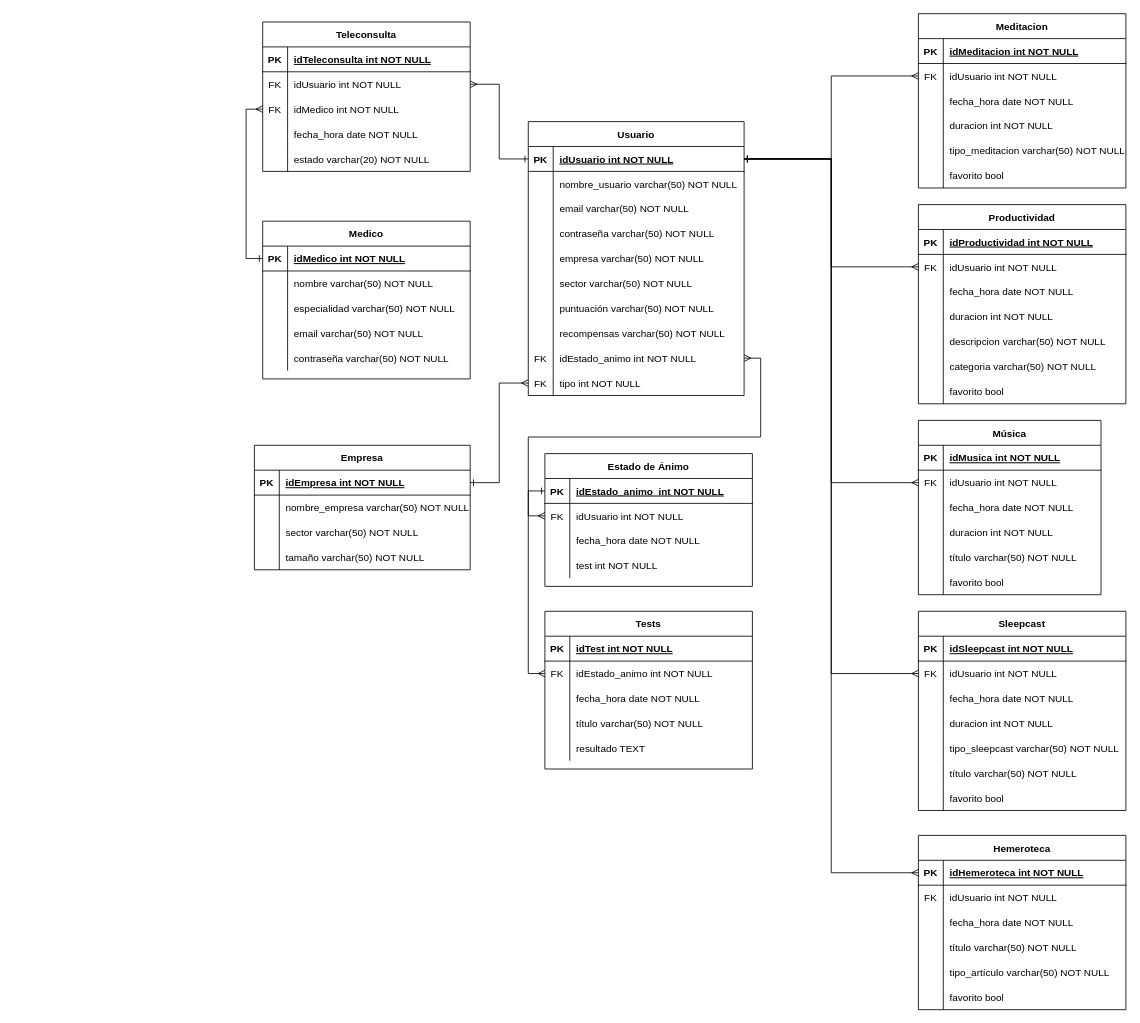
Before: Base de datos/MindBalance.drawio in Castellano46/Proyecto_final, a draw.io diagram. Source tidied: cells renumbered, new cells numbered last; positions are measured from the earlier drawing's top-left corner, leaving out a move shared by most shapes. Both pictures are drawn from the tidied source at 83%, with x=0, y=0 at pixel (254, 13).
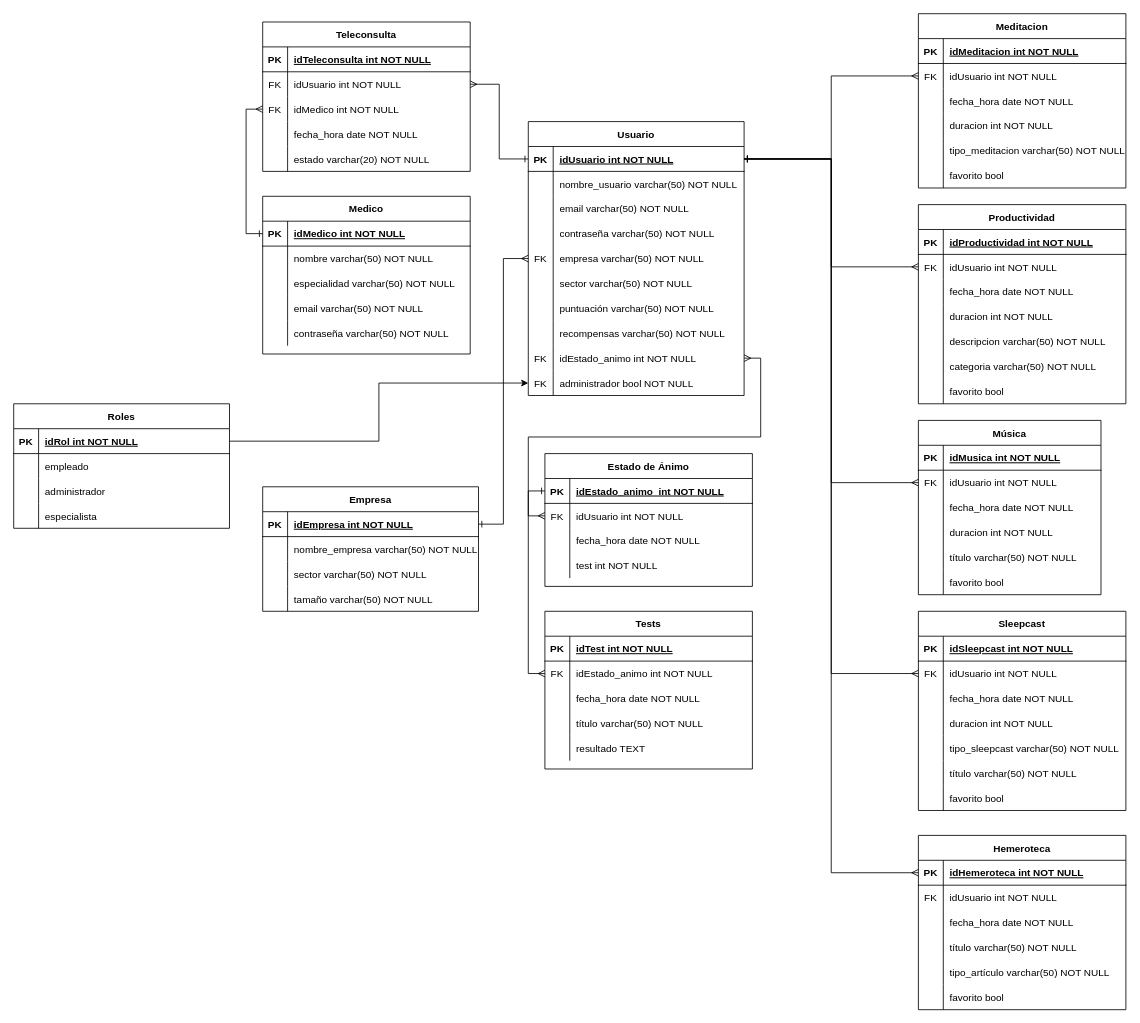
After the change.

Unchanged cells that the change refers to:
```xml
<mxCell id="50" style="shape=partialRectangle;fillColor=none;points=[[0,0.5],[1,0.5]];portConstraint=eastwest;top=0;left=0;right=0;bottom=0;" parent="37" vertex="1">
  <mxGeometry y="150" width="260" height="30" as="geometry" />
</mxCell>
<mxCell id="65" style="shape=partialRectangle;fillColor=none;points=[[0,0.5],[1,0.5]];portConstraint=eastwest;top=0;left=0;right=0;bottom=0;" parent="37" vertex="1">
  <mxGeometry y="300" width="260" height="30" as="geometry" />
</mxCell>
<mxCell id="185" style="shape=partialRectangle;fillColor=none;points=[[0,0.5],[1,0.5]];portConstraint=eastwest;top=0;left=0;right=0;bottom=1;" parent="184" vertex="1">
  <mxGeometry y="30" width="260" height="30" as="geometry" />
</mxCell>
```

What changed in the source:
```diff
@@
     <mxCell id="21" value="Medico" style="shape=table;startSize=30;childLayout=tableLayout;rowLines=0;fontStyle=1;align=center;" parent="1" vertex="1">
-      <mxGeometry x="10" y="250" width="250" height="190" as="geometry" />
+      <mxGeometry x="10" y="220" width="250" height="190" as="geometry" />
     </mxCell>
@@
-    <mxCell id="51" style="shape=partialRectangle;overflow=hidden;fillColor=none;top=0;left=0;bottom=0;right=0;" parent="50" vertex="1">
+    <mxCell id="51" value="FK" style="shape=partialRectangle;overflow=hidden;fillColor=none;top=0;left=0;bottom=0;right=0;" parent="50" vertex="1">
       <mxGeometry width="30" height="30" as="geometry" />
     </mxCell>
@@
-    <mxCell id="67" value="tipo int NOT NULL" style="shape=partialRectangle;overflow=hidden;fillColor=none;top=0;left=0;bottom=0;right=0;align=left;spacingLeft=6;" parent="65" vertex="1">
+    <mxCell id="67" value="administrador bool NOT NULL" style="shape=partialRectangle;overflow=hidden;fillColor=none;top=0;left=0;bottom=0;right=0;align=left;spacingLeft=6;" parent="65" vertex="1">
       <mxGeometry x="30" width="230" height="30" as="geometry" />
     </mxCell>
@@
     <mxCell id="184" value="Empresa" style="shape=table;startSize=30;childLayout=tableLayout;rowLines=0;fontStyle=1;align=center;" parent="1" vertex="1">
-      <mxGeometry y="520" width="260" height="150" as="geometry" />
+      <mxGeometry x="10" y="570" width="260" height="150" as="geometry" />
     </mxCell>
@@
-    <mxCell id="217" style="edgeStyle=orthogonalEdgeStyle;rounded=0;jettySize=auto;html=1;exitX=1;exitY=0.5;exitDx=0;exitDy=0;startArrow=ERone;startFill=0;endArrow=ERmany;endFill=0;" parent="1" edge="1" source="185" target="65">
+    <mxCell id="217" style="edgeStyle=orthogonalEdgeStyle;rounded=0;jettySize=auto;html=1;exitX=1;exitY=0.5;exitDx=0;exitDy=0;startArrow=ERone;startFill=0;endArrow=ERmany;endFill=0;" parent="1" edge="1" source="185" target="50">
       <mxGeometry relative="1" as="geometry" />
     </mxCell>
+    <mxCell id="218" value="Roles" style="shape=table;startSize=30;childLayout=tableLayout;rowLines=0;fontStyle=1;align=center;" parent="1" vertex="1">
+      <mxGeometry x="-290" y="470" width="260" height="150" as="geometry" />
+    </mxCell>
+    <mxCell id="219" style="shape=partialRectangle;fillColor=none;points=[[0,0.5],[1,0.5]];portConstraint=eastwest;top=0;left=0;right=0;bottom=1;" parent="218" vertex="1">
+      <mxGeometry y="30" width="260" height="30" as="geometry" />
+    </mxCell>
+    <mxCell id="220" value="PK" style="shape=partialRectangle;overflow=hidden;fillColor=none;top=0;left=0;bottom=0;right=0;fontStyle=1;" parent="219" vertex="1">
+      <mxGeometry width="30" height="30" as="geometry" />
+    </mxCell>
+    <mxCell id="221" value="idRol int NOT NULL " style="shape=partialRectangle;overflow=hidden;fillColor=none;top=0;left=0;bottom=0;right=0;align=left;spacingLeft=6;fontStyle=5;" parent="219" vertex="1">
+      <mxGeometry x="30" width="230" height="30" as="geometry" />
+    </mxCell>
+    <mxCell id="222" style="shape=partialRectangle;fillColor=none;top=0;left=0;right=0;bottom=0;" parent="218" vertex="1">
+      <mxGeometry y="60" width="260" height="30" as="geometry" />
+    </mxCell>
+    <mxCell id="223" style="shape=partialRectangle;overflow=hidden;fillColor=none;top=0;left=0;bottom=0;right=0;" parent="222" vertex="1">
+      <mxGeometry width="30" height="30" as="geometry" />
+    </mxCell>
+    <mxCell id="224" value="empleado " style="shape=partialRectangle;overflow=hidden;fillColor=none;top=0;left=0;bottom=0;right=0;align=left;spacingLeft=6;" parent="222" vertex="1">
+      <mxGeometry x="30" width="230" height="30" as="geometry" />
+    </mxCell>
+    <mxCell id="225" style="shape=partialRectangle;fillColor=none;top=0;left=0;right=0;bottom=0;" parent="218" vertex="1">
+      <mxGeometry y="90" width="260" height="30" as="geometry" />
+    </mxCell>
+    <mxCell id="226" style="shape=partialRectangle;overflow=hidden;fillColor=none;top=0;left=0;bottom=0;right=0;" parent="225" vertex="1">
+      <mxGeometry width="30" height="30" as="geometry" />
+    </mxCell>
+    <mxCell id="227" value="administrador" style="shape=partialRectangle;overflow=hidden;fillColor=none;top=0;left=0;bottom=0;right=0;align=left;spacingLeft=6;" parent="225" vertex="1">
+      <mxGeometry x="30" width="230" height="30" as="geometry" />
+    </mxCell>
+    <mxCell id="228" style="shape=partialRectangle;fillColor=none;top=0;left=0;right=0;bottom=0;" parent="218" vertex="1">
+      <mxGeometry y="120" width="260" height="30" as="geometry" />
+    </mxCell>
+    <mxCell id="229" style="shape=partialRectangle;overflow=hidden;fillColor=none;top=0;left=0;bottom=0;right=0;" parent="228" vertex="1">
+      <mxGeometry width="30" height="30" as="geometry" />
+    </mxCell>
+    <mxCell id="230" value="especialista" style="shape=partialRectangle;overflow=hidden;fillColor=none;top=0;left=0;bottom=0;right=0;align=left;spacingLeft=6;" parent="228" vertex="1">
+      <mxGeometry x="30" width="230" height="30" as="geometry" />
+    </mxCell>
+    <mxCell id="231" style="edgeStyle=orthogonalEdgeStyle;rounded=0;jettySize=auto;html=1;exitX=1;exitY=0.5;exitDx=0;exitDy=0;" parent="1" edge="1" source="219" target="65">
+      <mxGeometry relative="1" as="geometry" />
+    </mxCell>
```
